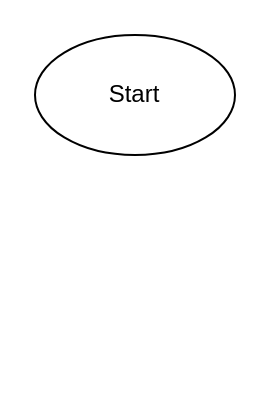
Before: design/flowchart.drawio in MTHS-ICD2O-1-2023/ICD2O-1-2023-Final-Project-Giordan-Zeina-Nathan-De-Silva, a draw.io diagram. Source tidied: cells renumbered, new cells numbered last; positions are measured from the earlier drawing's top-left corner, leaving out a move shared by most shapes. Both pictures are drawn from the tidied source at 200%, with x=0, y=0 at pixel (34, 34).
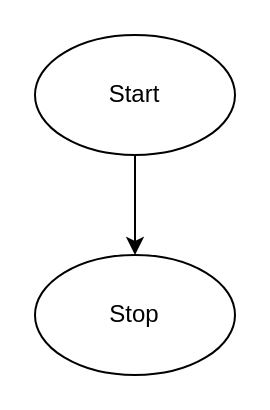
The same page after the edit.

What changed in the source:
```diff
@@
 <mxGraphModel>
   <root>
     <mxCell id="0" />
     <mxCell id="1" parent="0" />
+    <mxCell id="3" style="edgeStyle=none;html=1;" parent="1" edge="1" source="2">
+      <mxGeometry relative="1" as="geometry">
+        <mxPoint x="50" y="110" as="targetPoint" />
+      </mxGeometry>
+    </mxCell>
     <mxCell id="2" value="Start" style="ellipse;whiteSpace=wrap;html=1;" parent="1" vertex="1">
       <mxGeometry width="100" height="60" as="geometry" />
     </mxCell>
+    <mxCell id="4" value="Stop" style="ellipse;whiteSpace=wrap;html=1;" parent="1" vertex="1">
+      <mxGeometry y="110" width="100" height="60" as="geometry" />
+    </mxCell>
   </root>
 </mxGraphModel>
```
